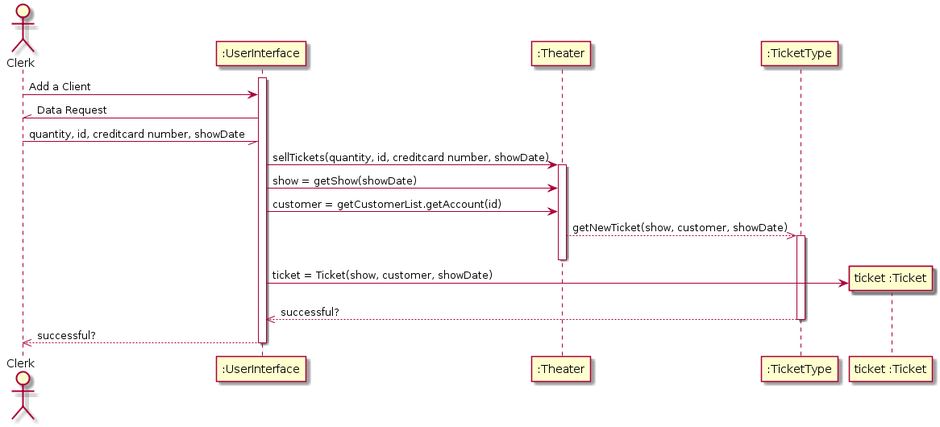
FreezeWarp/372Groupwork keeps this PlantUML diagram as src/SequenceDiagrams/SellTicket.png. Above is the earlier version. Source of this version:
```plantuml
@startuml
actor Clerk

activate ":UserInterface"
Clerk -> ":UserInterface" : Add a Client
Clerk //- ":UserInterface": Data Request
Clerk -// ":UserInterface": quantity, id, creditcard number, showDate
":UserInterface" -> ":Theater" : sellTickets(quantity, id, creditcard number, showDate)
activate ":Theater"
":UserInterface" -> ":Theater": show = getShow(showDate)
":UserInterface" -> ":Theater": customer = getCustomerList.getAccount(id)
":Theater" -->> ":TicketType": getNewTicket(show, customer, showDate)
activate ":TicketType"
deactivate ":Theater"
create "ticket :Ticket"
":UserInterface" -> "ticket :Ticket": ticket = Ticket(show, customer, showDate)
":TicketType" -->> ":UserInterface" : successful?
deactivate ":TicketType"
":UserInterface" -->> Clerk : successful?
deactivate ":UserInterface"
@enduml
```
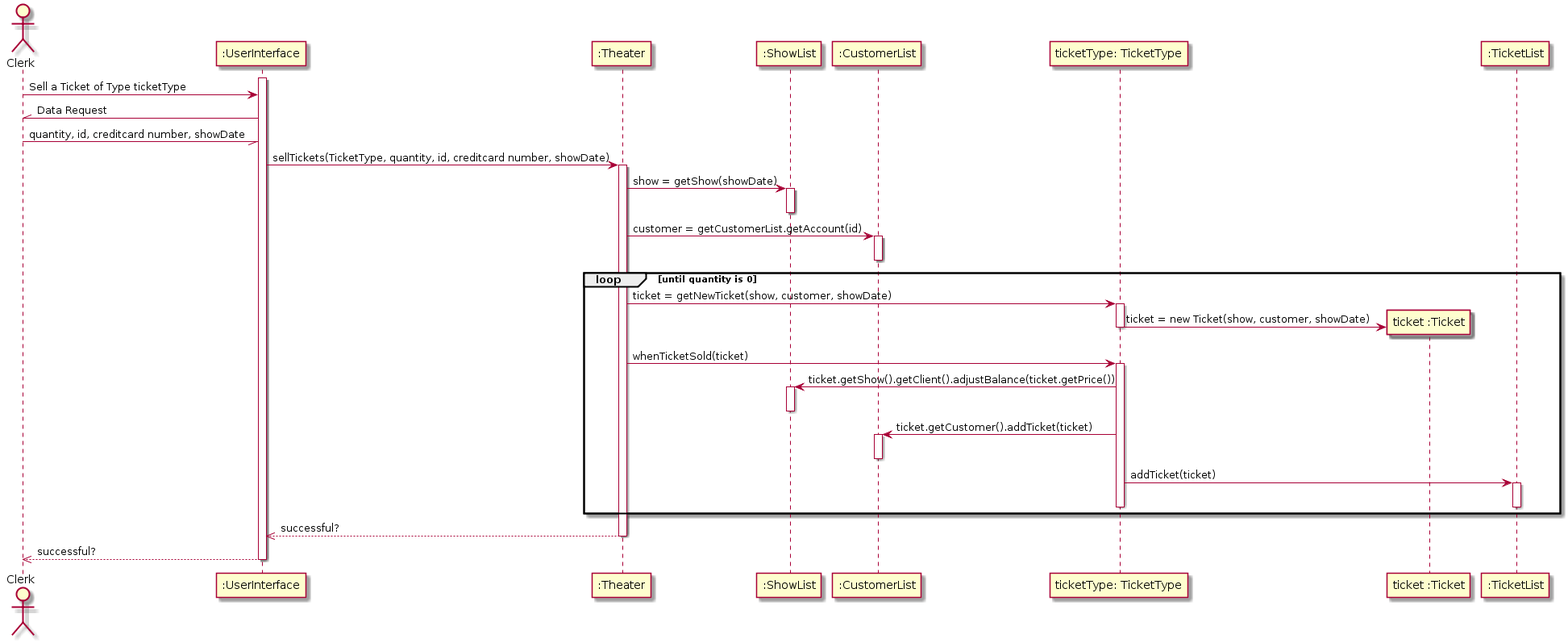
After the commit.

Commit message:
Fix/update SellTicket Sequence Diagram

What changed in the source:
```diff
@@ -1,21 +1,43 @@
 @startuml
+
 actor Clerk
 
 activate ":UserInterface"
-Clerk -> ":UserInterface" : Add a Client
+Clerk -> ":UserInterface" : Sell a Ticket of Type ticketType
 Clerk //- ":UserInterface": Data Request
 Clerk -// ":UserInterface": quantity, id, creditcard number, showDate
-":UserInterface" -> ":Theater" : sellTickets(quantity, id, creditcard number, showDate)
+":UserInterface" -> ":Theater" : sellTickets(TicketType, quantity, id, creditcard number, showDate)
 activate ":Theater"
-":UserInterface" -> ":Theater": show = getShow(showDate)
-":UserInterface" -> ":Theater": customer = getCustomerList.getAccount(id)
-":Theater" -->> ":TicketType": getNewTicket(show, customer, showDate)
-activate ":TicketType"
+":Theater" -> ":ShowList" : show = getShow(showDate)
+activate ":ShowList"
+deactivate ":ShowList"
+":Theater" -> ":CustomerList" : customer = getCustomerList.getAccount(id)
+activate ":CustomerList"
+deactivate ":CustomerList"
+
+loop until quantity is 0
+    ":Theater" -> "ticketType: TicketType": ticket = getNewTicket(show, customer, showDate)
+    activate "ticketType: TicketType"
+    create "ticket :Ticket"
+    "ticketType: TicketType" -> "ticket :Ticket": ticket = new Ticket(show, customer, showDate)
+    deactivate "ticketType: TicketType"
+
+    ":Theater" -> "ticketType: TicketType": whenTicketSold(ticket)
+    activate "ticketType: TicketType"
+    "ticketType: TicketType" -> ":ShowList": ticket.getShow().getClient().adjustBalance(ticket.getPrice())
+    activate ":ShowList"
+    deactivate ":ShowList"
+    "ticketType: TicketType" -> ":CustomerList": ticket.getCustomer().addTicket(ticket)
+    activate ":CustomerList"
+    deactivate ":CustomerList"
+    "ticketType: TicketType" -> ":TicketList": addTicket(ticket)
+    activate ":TicketList"
+    deactivate ":TicketList"
+    deactivate "ticketType: TicketType"
+end
+
+":Theater" -->> ":UserInterface" : successful?
 deactivate ":Theater"
-create "ticket :Ticket"
-":UserInterface" -> "ticket :Ticket": ticket = Ticket(show, customer, showDate)
-":TicketType" -->> ":UserInterface" : successful?
-deactivate ":TicketType"
 ":UserInterface" -->> Clerk : successful?
 deactivate ":UserInterface"
 @enduml
```
